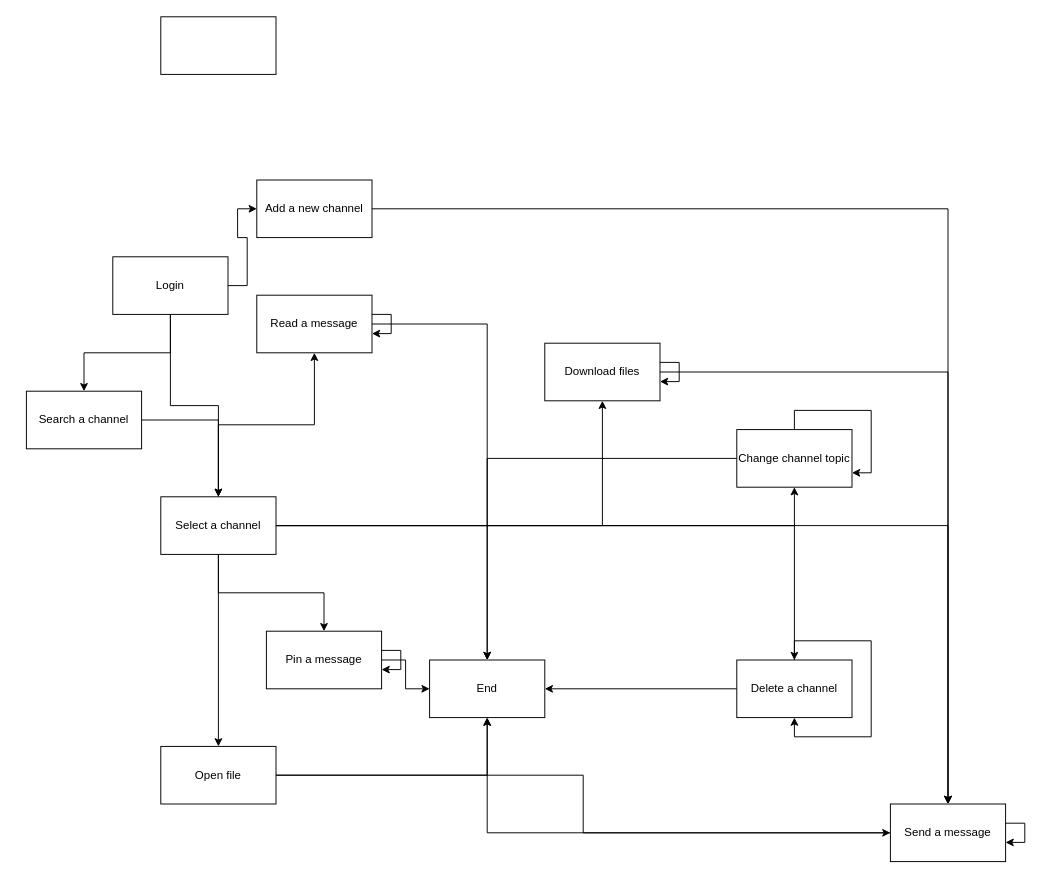
Earlier version of the draw.io diagram BTLONTest.drawio (frozenproof/dactaphanmem). Source tidied: cells renumbered, new cells numbered last; positions are measured from the earlier drawing's top-left corner, leaving out a move shared by most shapes. Both pictures are drawn from the tidied source at 96%, with x=0, y=0 at pixel (26, 16).
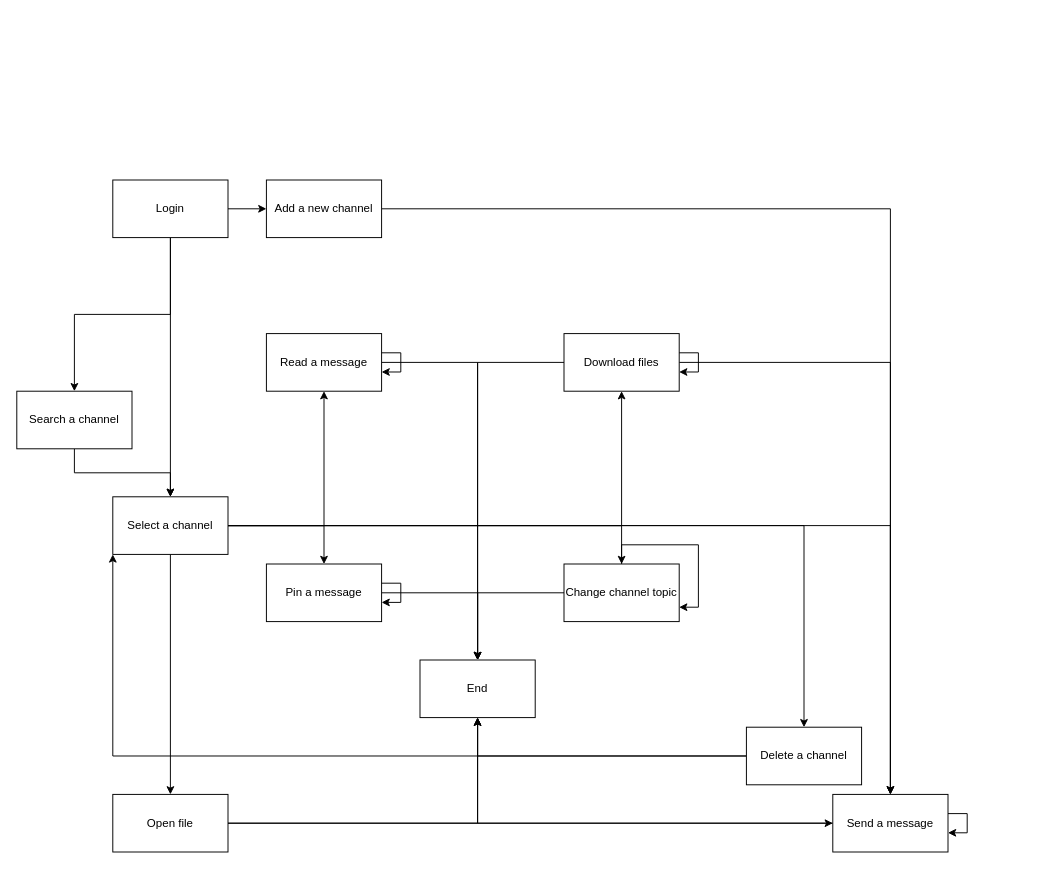
After the change.

Diff of the diagram source:
```diff
@@
     <mxCell id="5" value="Login" style="rounded=0;whiteSpace=wrap;html=1;" parent="1" vertex="1">
-      <mxGeometry x="90" y="250" width="120" height="60" as="geometry" />
+      <mxGeometry x="90" y="170" width="120" height="60" as="geometry" />
     </mxCell>
@@
     <mxCell id="7" value="Add a new channel" style="rounded=0;whiteSpace=wrap;html=1;" parent="1" vertex="1">
-      <mxGeometry x="240" y="170" width="120" height="60" as="geometry" />
+      <mxGeometry x="250" y="170" width="120" height="60" as="geometry" />
     </mxCell>
@@
     <mxCell id="9" value="Send a message" style="rounded=0;whiteSpace=wrap;html=1;" parent="1" vertex="1">
-      <mxGeometry x="900" y="820" width="120" height="60" as="geometry" />
+      <mxGeometry x="840" y="810" width="120" height="60" as="geometry" />
     </mxCell>
@@
     <mxCell id="11" value="Search a channel" style="rounded=0;whiteSpace=wrap;html=1;" parent="1" vertex="1">
-      <mxGeometry y="390" width="120" height="60" as="geometry" />
+      <mxGeometry x="-10" y="390" width="120" height="60" as="geometry" />
     </mxCell>
@@
+    <mxCell id="41" style="edgeStyle=orthogonalEdgeStyle;rounded=0;jettySize=auto;html=1;entryX=0;entryY=1;entryDx=0;entryDy=0;" parent="1" edge="1" source="13" target="21">
+      <mxGeometry relative="1" as="geometry" />
+    </mxCell>
     <mxCell id="13" value="Delete a channel" style="rounded=0;whiteSpace=wrap;html=1;" parent="1" vertex="1">
-      <mxGeometry x="740" y="670" width="120" height="60" as="geometry" />
+      <mxGeometry x="750" y="740" width="120" height="60" as="geometry" />
     </mxCell>
@@
     <mxCell id="21" value="Select a channel" style="rounded=0;whiteSpace=wrap;html=1;" parent="1" vertex="1">
-      <mxGeometry x="140" y="500" width="120" height="60" as="geometry" />
+      <mxGeometry x="90" y="500" width="120" height="60" as="geometry" />
     </mxCell>
@@
     <mxCell id="23" value="Change channel topic" style="rounded=0;whiteSpace=wrap;html=1;" parent="1" vertex="1">
-      <mxGeometry x="740" y="430" width="120" height="60" as="geometry" />
+      <mxGeometry x="560" y="570" width="120" height="60" as="geometry" />
     </mxCell>
@@
+    <mxCell id="42" style="edgeStyle=orthogonalEdgeStyle;rounded=0;jettySize=auto;html=1;" parent="1" edge="1" source="25" target="28">
+      <mxGeometry relative="1" as="geometry" />
+    </mxCell>
     <mxCell id="25" value="Download files" style="rounded=0;whiteSpace=wrap;html=1;" parent="1" vertex="1">
-      <mxGeometry x="540" y="340" width="120" height="60" as="geometry" />
+      <mxGeometry x="560" y="330" width="120" height="60" as="geometry" />
     </mxCell>
@@
     <mxCell id="27" value="Pin a message" style="rounded=0;whiteSpace=wrap;html=1;" parent="1" vertex="1">
-      <mxGeometry x="250" y="640" width="120" height="60" as="geometry" />
+      <mxGeometry x="250" y="570" width="120" height="60" as="geometry" />
     </mxCell>
     <mxCell id="28" value="End" style="rounded=0;whiteSpace=wrap;html=1;" parent="1" vertex="1">
-      <mxGeometry x="420" y="670" width="120" height="60" as="geometry" />
+      <mxGeometry x="410" y="670" width="120" height="60" as="geometry" />
     </mxCell>
@@
-    <mxCell id="30" style="rounded=0;whiteSpace=wrap;html=1;" parent="1" vertex="1">
-      <mxGeometry x="140" width="120" height="60" as="geometry" />
-    </mxCell>
@@
     <mxCell id="33" value="Open file" style="rounded=0;whiteSpace=wrap;html=1;" parent="1" vertex="1">
-      <mxGeometry x="140" y="760" width="120" height="60" as="geometry" />
+      <mxGeometry x="90" y="810" width="120" height="60" as="geometry" />
     </mxCell>
@@
     <mxCell id="35" value="Read a message" style="rounded=0;whiteSpace=wrap;html=1;" parent="1" vertex="1">
-      <mxGeometry x="240" y="290" width="120" height="60" as="geometry" />
+      <mxGeometry x="250" y="330" width="120" height="60" as="geometry" />
     </mxCell>
@@
-    <mxCell id="40" style="edgeStyle=orthogonalEdgeStyle;rounded=0;orthogonalLoop=1;jettySize=auto;html=1;entryX=0.5;entryY=1;entryDx=0;entryDy=0;" parent="1" edge="1" source="13" target="13">
-      <mxGeometry relative="1" as="geometry" />
-    </mxCell>
```
